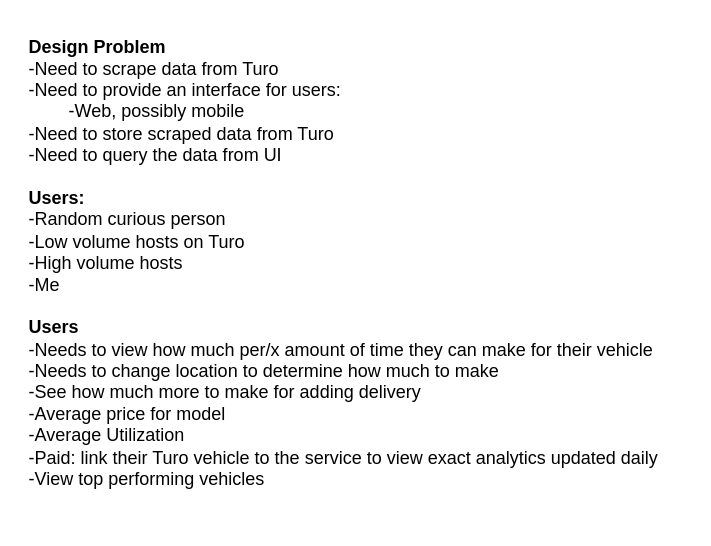
Earlier version of the draw.io diagram page "Problem & Assumptions" (1 of 7) of design/System Design.drawio (jacob-petterle/turo-scraper). Source tidied: cells renumbered, new cells numbered last; positions are measured from the earlier drawing's top-left corner, leaving out a move shared by most shapes. Both pictures are drawn from the tidied source at 150%, with x=0, y=0 at pixel (26, 26).
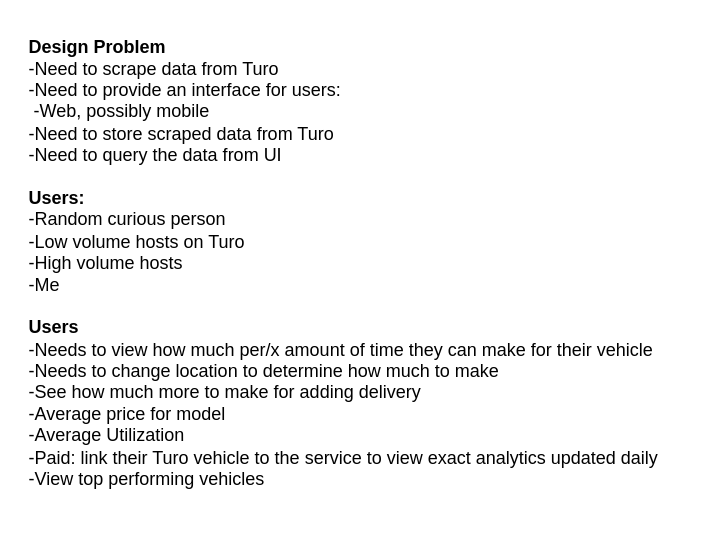
After the change.

The edit, as a diff of the source:
```diff
@@
 <mxGraphModel>
   <root>
     <mxCell id="0" />
     <mxCell id="1" parent="0" />
-    <mxCell id="2" value="&lt;div style=&quot;&quot;&gt;&lt;/div&gt;&lt;b&gt;Design Problem&lt;/b&gt;&lt;br&gt;&lt;div style=&quot;&quot;&gt;-Need to scrape data from Turo&lt;/div&gt;&lt;div style=&quot;&quot;&gt;-Need to provide an interface for users:&lt;/div&gt;&lt;div style=&quot;&quot;&gt;&lt;span style=&quot;white-space: pre;&quot;&gt;&#9;&lt;/span&gt;-Web, possibly mobile&lt;br&gt;&lt;/div&gt;&lt;div style=&quot;&quot;&gt;-Need to store scraped data from Turo&lt;/div&gt;&lt;div style=&quot;&quot;&gt;-Need to query the data from UI&lt;/div&gt;&lt;div style=&quot;&quot;&gt;&lt;br&gt;&lt;/div&gt;&lt;div style=&quot;&quot;&gt;&lt;b&gt;Users:&lt;/b&gt;&lt;/div&gt;&lt;div style=&quot;&quot;&gt;-Random curious person&lt;/div&gt;&lt;div style=&quot;&quot;&gt;-Low volume hosts on Turo&lt;/div&gt;&lt;div style=&quot;&quot;&gt;-High volume hosts&lt;/div&gt;&lt;div style=&quot;&quot;&gt;-Me&lt;/div&gt;&lt;div style=&quot;&quot;&gt;&lt;br&gt;&lt;/div&gt;&lt;div style=&quot;&quot;&gt;&lt;b&gt;Users&lt;/b&gt;&lt;/div&gt;&lt;div style=&quot;&quot;&gt;-Needs to view how much per/x amount of time they can make for their vehicle&lt;/div&gt;&lt;div style=&quot;&quot;&gt;-Needs to change location to determine how much to make&lt;/div&gt;&lt;div style=&quot;&quot;&gt;-See how much more to make for adding delivery&lt;/div&gt;&lt;div style=&quot;&quot;&gt;-Average price for model&lt;/div&gt;&lt;div style=&quot;&quot;&gt;-Average Utilization&lt;/div&gt;&lt;div style=&quot;&quot;&gt;-Paid: link their Turo vehicle to the service to view exact analytics updated daily&lt;/div&gt;&lt;div style=&quot;&quot;&gt;-View top performing vehicles&lt;/div&gt;&lt;div style=&quot;&quot;&gt;&lt;br&gt;&lt;/div&gt;" style="text;html=1;align=left;verticalAlign=middle;strokeColor=none;fillColor=none;" parent="1" vertex="1">
+    <mxCell id="2" value="&lt;div style=&quot;&quot;&gt;&lt;/div&gt;&lt;b&gt;Design Problem&lt;/b&gt;&lt;br&gt;&lt;div style=&quot;&quot;&gt;-Need to scrape data from Turo&lt;/div&gt;&lt;div style=&quot;&quot;&gt;-Need to provide an interface for users:&lt;/div&gt;&lt;div style=&quot;&quot;&gt;&lt;span style=&quot;white-space: pre;&quot;&gt; &lt;/span&gt;-Web, possibly mobile&lt;br&gt;&lt;/div&gt;&lt;div style=&quot;&quot;&gt;-Need to store scraped data from Turo&lt;/div&gt;&lt;div style=&quot;&quot;&gt;-Need to query the data from UI&lt;/div&gt;&lt;div style=&quot;&quot;&gt;&lt;br&gt;&lt;/div&gt;&lt;div style=&quot;&quot;&gt;&lt;b&gt;Users:&lt;/b&gt;&lt;/div&gt;&lt;div style=&quot;&quot;&gt;-Random curious person&lt;/div&gt;&lt;div style=&quot;&quot;&gt;-Low volume hosts on Turo&lt;/div&gt;&lt;div style=&quot;&quot;&gt;-High volume hosts&lt;/div&gt;&lt;div style=&quot;&quot;&gt;-Me&lt;/div&gt;&lt;div style=&quot;&quot;&gt;&lt;br&gt;&lt;/div&gt;&lt;div style=&quot;&quot;&gt;&lt;b&gt;Users&lt;/b&gt;&lt;/div&gt;&lt;div style=&quot;&quot;&gt;-Needs to view how much per/x amount of time they can make for their vehicle&lt;/div&gt;&lt;div style=&quot;&quot;&gt;-Needs to change location to determine how much to make&lt;/div&gt;&lt;div style=&quot;&quot;&gt;-See how much more to make for adding delivery&lt;/div&gt;&lt;div style=&quot;&quot;&gt;-Average price for model&lt;/div&gt;&lt;div style=&quot;&quot;&gt;-Average Utilization&lt;/div&gt;&lt;div style=&quot;&quot;&gt;-Paid: link their Turo vehicle to the service to view exact analytics updated daily&lt;/div&gt;&lt;div style=&quot;&quot;&gt;-View top performing vehicles&lt;/div&gt;&lt;div style=&quot;&quot;&gt;&lt;br&gt;&lt;/div&gt;" style="text;html=1;align=left;verticalAlign=middle;strokeColor=none;fillColor=none;" parent="1" vertex="1">
       <mxGeometry width="440" height="330" as="geometry" />
     </mxCell>
   </root>
 </mxGraphModel>
```
